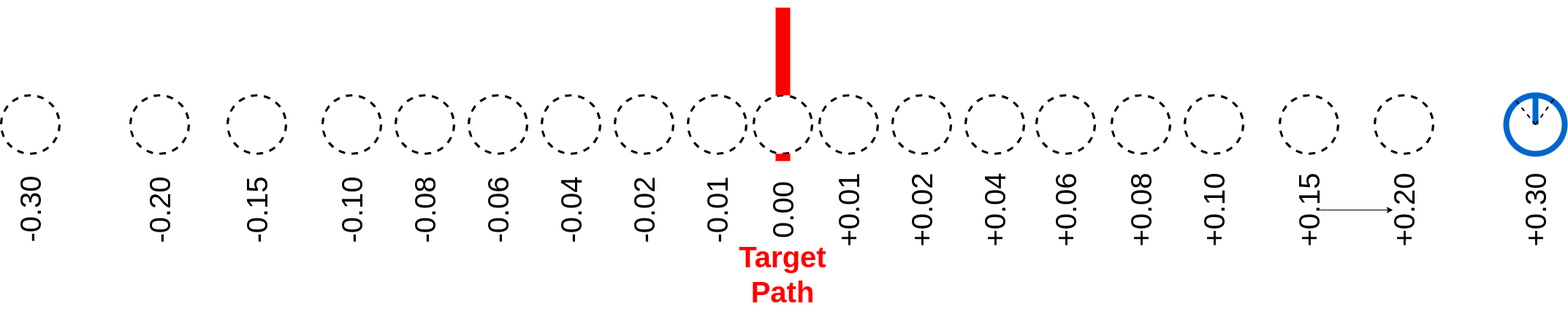
YukiTakahashi4690/thesis_template keeps this draw.io diagram as images/collect-data.png. Above is the earlier version. Source tidied: cells renumbered, new cells last; positions are measured from the earlier drawing's top-left corner, leaving out a move shared by most shapes.
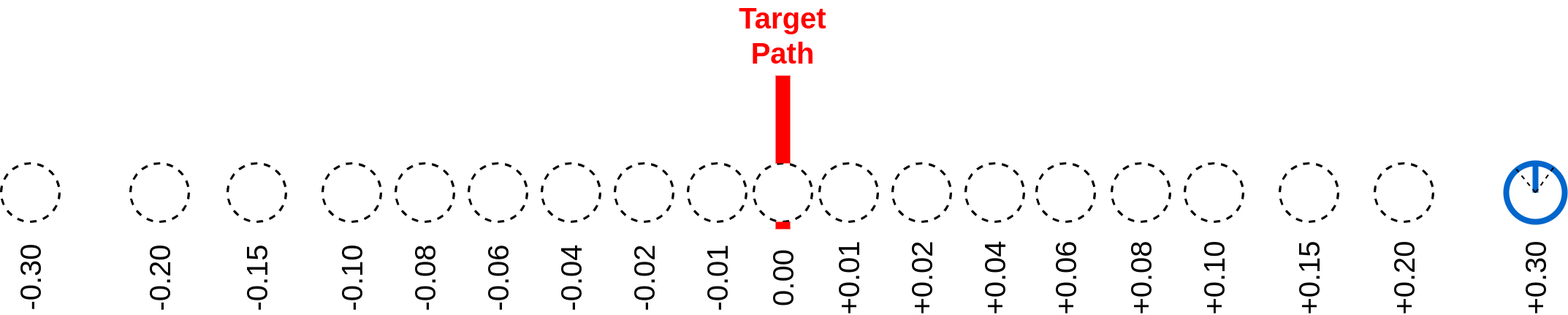
Above is the later version.

Diff of the diagram source:
```diff
@@ -90,9 +90,6 @@
     <mxCell id="29" value="&lt;font color=&quot;#000000&quot; style=&quot;font-size: 40px&quot;&gt;+0.10&lt;/font&gt;" style="text;html=1;strokeColor=none;fillColor=none;align=center;verticalAlign=middle;whiteSpace=wrap;rounded=0;dashed=1;strokeWidth=3;rotation=-90;" parent="1" vertex="1">
       <mxGeometry x="1630" y="262" width="60" height="30" as="geometry" />
     </mxCell>
-    <mxCell id="30" style="edgeStyle=none;html=1;" parent="1" edge="1" source="31" target="32">
-      <mxGeometry relative="1" as="geometry" />
-    </mxCell>
     <mxCell id="31" value="&lt;font color=&quot;#000000&quot; style=&quot;font-size: 40px&quot;&gt;+0.15&lt;/font&gt;" style="text;html=1;strokeColor=none;fillColor=none;align=center;verticalAlign=middle;whiteSpace=wrap;rounded=0;dashed=1;strokeWidth=3;rotation=-90;" parent="1" vertex="1">
       <mxGeometry x="1760" y="262" width="60" height="30" as="geometry" />
     </mxCell>
@@ -113,7 +110,7 @@
       </mxGeometry>
     </mxCell>
     <mxCell id="36" value="&lt;b&gt;&lt;font color=&quot;#ff0000&quot; style=&quot;font-size: 40px&quot;&gt;Target Path&lt;/font&gt;&lt;/b&gt;" style="text;html=1;strokeColor=none;fillColor=none;align=center;verticalAlign=middle;whiteSpace=wrap;rounded=0;dashed=1;fontSize=22;fontColor=#000000;" parent="1" vertex="1">
-      <mxGeometry x="1040" y="350" width="60" height="30" as="geometry" />
+      <mxGeometry x="1040" y="-70" width="60" height="30" as="geometry" />
     </mxCell>
     <mxCell id="37" value="&lt;font color=&quot;#000000&quot; style=&quot;font-size: 40px&quot;&gt;-0.01&lt;br&gt;&lt;/font&gt;" style="text;html=1;strokeColor=none;fillColor=none;align=center;verticalAlign=middle;whiteSpace=wrap;rounded=0;dashed=1;strokeWidth=3;rotation=-90;" parent="1" vertex="1">
       <mxGeometry x="950" y="262" width="60" height="30" as="geometry" />
```
